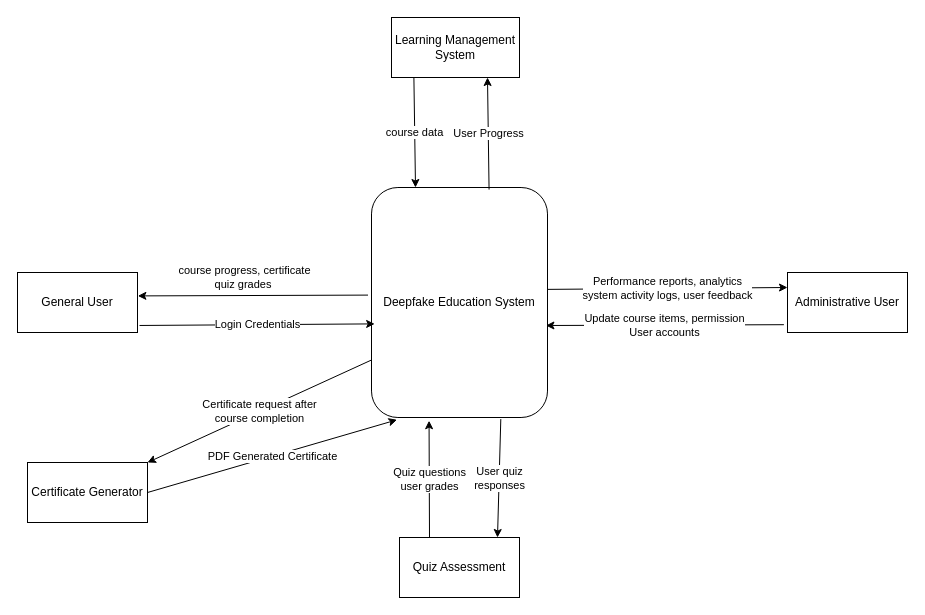
Earlier version of the draw.io diagram Untitled Diagram.drawio (Collab-Work/MeetMates). Source tidied: cells renumbered, new cells numbered last; positions are measured from the earlier drawing's top-left corner, leaving out a move shared by most shapes. Both pictures are drawn from the tidied source at 100%, with x=0, y=0 at pixel (17, 17).
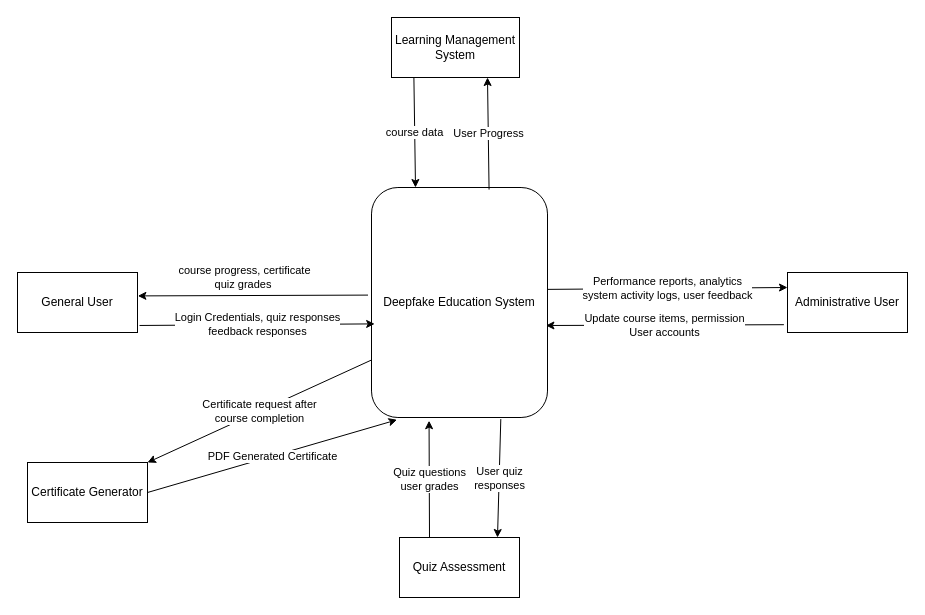
Above is the later version.

The edit, as a diff of the source:
```diff
@@
 <mxGraphModel>
   <root>
     <mxCell id="0" />
     <mxCell id="1" parent="0" />
     <mxCell id="2" value="Deepfake Education System" style="rounded=1;whiteSpace=wrap;html=1;" parent="1" vertex="1">
       <mxGeometry x="354" y="170" width="176" height="230" as="geometry" />
     </mxCell>
     <mxCell id="3" value="General User" style="rounded=0;whiteSpace=wrap;html=1;" parent="1" vertex="1">
       <mxGeometry y="255" width="120" height="60" as="geometry" />
     </mxCell>
     <mxCell id="4" value="Administrative User" style="rounded=0;whiteSpace=wrap;html=1;" parent="1" vertex="1">
       <mxGeometry x="770" y="255" width="120" height="60" as="geometry" />
     </mxCell>
     <mxCell id="5" value="Quiz Assessment" style="rounded=0;whiteSpace=wrap;html=1;" parent="1" vertex="1">
       <mxGeometry x="382" y="520" width="120" height="60" as="geometry" />
     </mxCell>
     <mxCell id="6" value="Learning Management System" style="rounded=0;whiteSpace=wrap;html=1;" parent="1" vertex="1">
       <mxGeometry x="374" width="128" height="60" as="geometry" />
     </mxCell>
     <mxCell id="7" value="Certificate Generator" style="rounded=0;whiteSpace=wrap;html=1;" parent="1" vertex="1">
       <mxGeometry x="10" y="445" width="120" height="60" as="geometry" />
     </mxCell>
     <mxCell id="8" value="course data" style="endArrow=classic;html=1;rounded=0;entryX=0.25;entryY=0;entryDx=0;entryDy=0;exitX=0.175;exitY=1;exitDx=0;exitDy=0;exitPerimeter=0;" parent="1" edge="1" source="6" target="2">
       <mxGeometry relative="1" as="geometry" />
     </mxCell>
     <mxCell id="9" value="User Progress" style="endArrow=classic;html=1;rounded=0;entryX=0.75;entryY=1;entryDx=0;entryDy=0;exitX=0.668;exitY=0.009;exitDx=0;exitDy=0;exitPerimeter=0;" parent="1" edge="1" source="2" target="6">
       <mxGeometry relative="1" as="geometry" />
     </mxCell>
     <mxCell id="10" value="Certificate request after &lt;br&gt;course completion" style="endArrow=classic;html=1;rounded=0;entryX=1;entryY=0;entryDx=0;entryDy=0;exitX=0;exitY=0.75;exitDx=0;exitDy=0;" parent="1" edge="1" source="2" target="7">
       <mxGeometry relative="1" as="geometry" />
     </mxCell>
     <mxCell id="11" value="PDF Generated Certificate" style="endArrow=classic;html=1;rounded=0;entryX=0.145;entryY=1.01;entryDx=0;entryDy=0;entryPerimeter=0;exitX=1;exitY=0.5;exitDx=0;exitDy=0;" parent="1" edge="1" source="7" target="2">
       <mxGeometry relative="1" as="geometry" />
     </mxCell>
-    <mxCell id="12" value="Login Credentials" style="endArrow=classic;html=1;rounded=0;entryX=0.018;entryY=0.593;entryDx=0;entryDy=0;entryPerimeter=0;exitX=1.017;exitY=0.883;exitDx=0;exitDy=0;exitPerimeter=0;" parent="1" edge="1" source="3" target="2">
+    <mxCell id="12" value="Login Credentials, quiz responses&lt;br&gt;feedback responses" style="endArrow=classic;html=1;rounded=0;entryX=0.018;entryY=0.593;entryDx=0;entryDy=0;entryPerimeter=0;exitX=1.017;exitY=0.883;exitDx=0;exitDy=0;exitPerimeter=0;" parent="1" edge="1" source="3" target="2">
       <mxGeometry relative="1" as="geometry" />
     </mxCell>
     <mxCell id="13" value="course progress, certificate&lt;br&gt;quiz grades&amp;nbsp;" style="endArrow=classic;html=1;rounded=0;entryX=1.003;entryY=0.39;entryDx=0;entryDy=0;entryPerimeter=0;exitX=-0.014;exitY=0.468;exitDx=0;exitDy=0;exitPerimeter=0;" parent="1" edge="1" target="3">
       <mxGeometry x="0.07" y="-18" relative="1" as="geometry">
         <mxPoint x="350.5" y="277.6" as="sourcePoint" />
       </mxGeometry>
     </mxCell>
     <mxCell id="14" value="Update course items, permission&lt;br&gt;User accounts" style="endArrow=classic;html=1;rounded=0;entryX=0.991;entryY=0.6;entryDx=0;entryDy=0;entryPerimeter=0;exitX=-0.03;exitY=0.87;exitDx=0;exitDy=0;exitPerimeter=0;" parent="1" edge="1" source="4" target="2">
       <mxGeometry relative="1" as="geometry" />
     </mxCell>
     <mxCell id="15" value="Performance reports, analytics&lt;br&gt;system activity logs, user feedback" style="endArrow=classic;html=1;rounded=0;entryX=0;entryY=0.25;entryDx=0;entryDy=0;exitX=1;exitY=0.443;exitDx=0;exitDy=0;exitPerimeter=0;" parent="1" edge="1" source="2" target="4">
       <mxGeometry relative="1" as="geometry" />
     </mxCell>
     <mxCell id="16" value="Quiz questions&lt;br&gt;user grades" style="endArrow=classic;html=1;rounded=0;entryX=0.327;entryY=1.014;entryDx=0;entryDy=0;entryPerimeter=0;exitX=0.25;exitY=0;exitDx=0;exitDy=0;" parent="1" edge="1" source="5" target="2">
       <mxGeometry relative="1" as="geometry" />
     </mxCell>
     <mxCell id="17" value="User quiz&lt;br&gt;responses" style="endArrow=classic;html=1;rounded=0;entryX=0.7;entryY=0.027;entryDx=0;entryDy=0;entryPerimeter=0;exitX=0.655;exitY=1.014;exitDx=0;exitDy=0;exitPerimeter=0;" parent="1" edge="1">
       <mxGeometry relative="1" as="geometry">
         <mxPoint x="483.3" y="401.6" as="sourcePoint" />
         <mxPoint x="480" y="520" as="targetPoint" />
       </mxGeometry>
     </mxCell>
   </root>
 </mxGraphModel>
```
